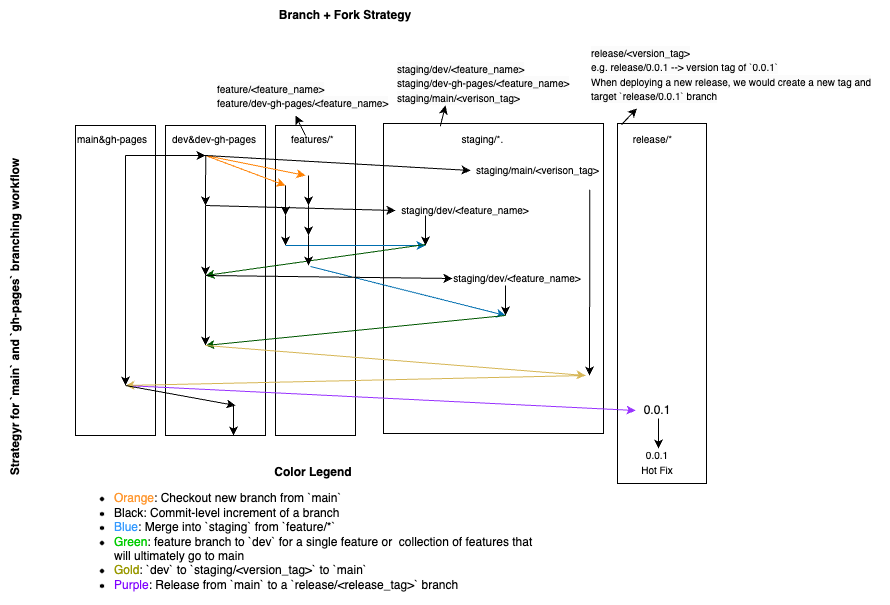
capitalone/DataProfiler keeps this draw.io diagram as docs/source/_static/images/branching_workflow_diagram.png. Above is the earlier version. Source tidied: cells renumbered, new cells last; positions are measured from the earlier drawing's top-left corner, leaving out a move shared by most shapes.
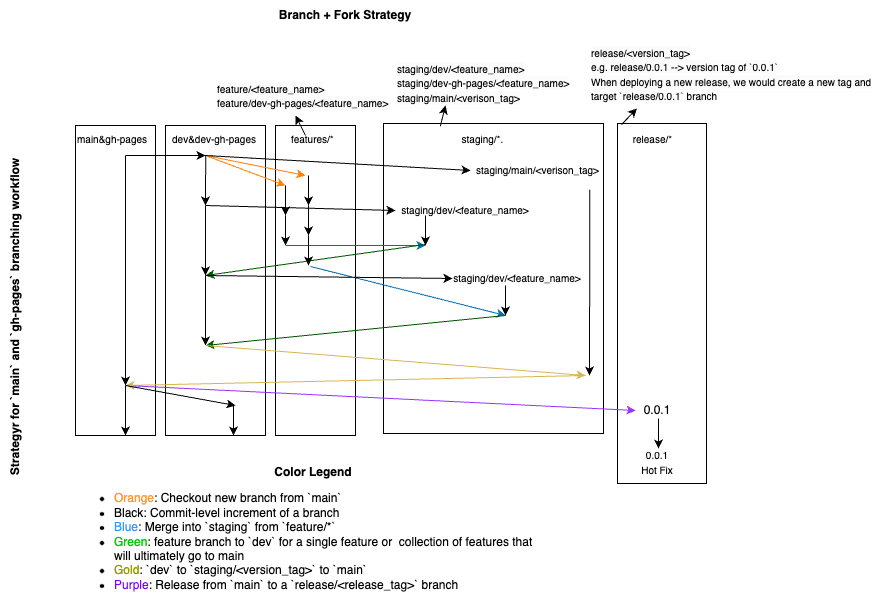
After the change.

What changed in the source:
```diff
@@ -228,5 +228,11 @@
         <mxPoint x="400" y="405" as="targetPoint" />
       </mxGeometry>
     </mxCell>
+    <mxCell id="50" style="endArrow=classic;html=1;rounded=0;" parent="1" edge="1">
+      <mxGeometry relative="1" as="geometry">
+        <mxPoint x="290" y="385" as="sourcePoint" />
+        <mxPoint x="290" y="435" as="targetPoint" />
+      </mxGeometry>
+    </mxCell>
   </root>
 </mxGraphModel>
```
